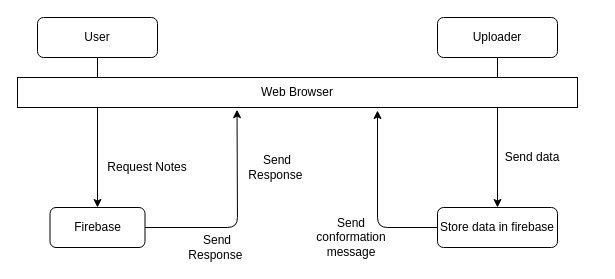
The draw.io diagram miniproject.drawio in shareef99/Draw, before the edit. Source tidied: cells renumbered, new cells numbered last; positions are measured from the earlier drawing's top-left corner, leaving out a move shared by most shapes. Both pictures are drawn from the tidied source at 100%, with x=0, y=0 at pixel (17, 17).
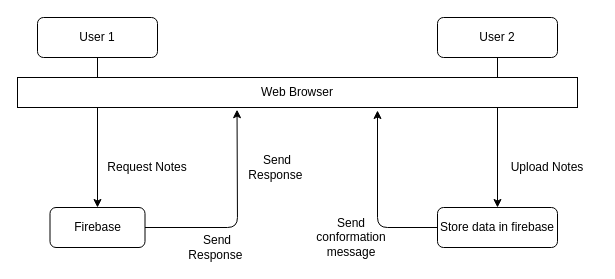
After the change.

What changed in the source:
```diff
@@
 <mxGraphModel>
   <root>
     <mxCell id="0" />
     <mxCell id="1" parent="0" />
-    <mxCell id="2" value="User" style="rounded=1;whiteSpace=wrap;html=1;" parent="1" vertex="1">
+    <mxCell id="2" value="User 1" style="rounded=1;whiteSpace=wrap;html=1;" parent="1" vertex="1">
       <mxGeometry x="20" width="120" height="40" as="geometry" />
     </mxCell>
-    <mxCell id="3" value="Uploader" style="rounded=1;whiteSpace=wrap;html=1;" parent="1" vertex="1">
+    <mxCell id="3" value="User 2" style="rounded=1;whiteSpace=wrap;html=1;" parent="1" vertex="1">
       <mxGeometry x="420" width="120" height="40" as="geometry" />
     </mxCell>
     <mxCell id="4" value="Request Notes" style="text;html=1;strokeColor=none;fillColor=none;align=center;verticalAlign=middle;whiteSpace=wrap;rounded=0;" parent="1" vertex="1">
       <mxGeometry x="80" y="140" width="100" height="20" as="geometry" />
     </mxCell>
     <mxCell id="5" value="Firebase" style="rounded=1;whiteSpace=wrap;html=1;" parent="1" vertex="1">
       <mxGeometry x="32.5" y="190" width="95" height="40" as="geometry" />
     </mxCell>
     <mxCell id="6" style="endArrow=classic;html=1;exitX=0.5;exitY=1;exitDx=0;exitDy=0;entryX=0.5;entryY=0;entryDx=0;entryDy=0;" parent="1" edge="1" source="2" target="5">
       <mxGeometry relative="1" as="geometry" />
     </mxCell>
     <mxCell id="7" style="endArrow=classic;html=1;exitX=0.5;exitY=1;exitDx=0;exitDy=0;" parent="1" edge="1" source="3" target="12">
       <mxGeometry relative="1" as="geometry" />
     </mxCell>
     <mxCell id="8" value="Web Browser" style="rounded=0;whiteSpace=wrap;html=1;" parent="1" vertex="1">
       <mxGeometry y="60" width="560" height="30" as="geometry" />
     </mxCell>
     <mxCell id="9" style="endArrow=classic;html=1;exitX=1;exitY=0.5;exitDx=0;exitDy=0;entryX=0.392;entryY=1.073;entryDx=0;entryDy=0;entryPerimeter=0;" parent="1" edge="1" source="5" target="8">
       <mxGeometry relative="1" as="geometry">
         <Array as="points">
           <mxPoint x="220" y="210" />
         </Array>
       </mxGeometry>
     </mxCell>
     <mxCell id="10" value="Send Response&amp;nbsp;" style="text;html=1;strokeColor=none;fillColor=none;align=center;verticalAlign=middle;whiteSpace=wrap;rounded=0;" parent="1" vertex="1">
       <mxGeometry x="180" y="220" width="40" height="20" as="geometry" />
     </mxCell>
     <mxCell id="11" value="Send Response&amp;nbsp;" style="text;html=1;strokeColor=none;fillColor=none;align=center;verticalAlign=middle;whiteSpace=wrap;rounded=0;" parent="1" vertex="1">
       <mxGeometry x="240" y="140" width="40" height="20" as="geometry" />
     </mxCell>
     <mxCell id="12" value="Store data in firebase" style="rounded=1;whiteSpace=wrap;html=1;" parent="1" vertex="1">
       <mxGeometry x="420" y="190" width="120" height="40" as="geometry" />
     </mxCell>
-    <mxCell id="13" value="Send data" style="text;html=1;strokeColor=none;fillColor=none;align=center;verticalAlign=middle;whiteSpace=wrap;rounded=0;" parent="1" vertex="1">
-      <mxGeometry x="480" y="130" width="70" height="20" as="geometry" />
-    </mxCell>
     <mxCell id="14" style="endArrow=classic;html=1;exitX=0;exitY=0.5;exitDx=0;exitDy=0;" parent="1" edge="1" source="12">
       <mxGeometry relative="1" as="geometry">
         <mxPoint x="360" y="93" as="targetPoint" />
         <Array as="points">
           <mxPoint x="360" y="210" />
         </Array>
       </mxGeometry>
     </mxCell>
     <mxCell id="15" value="Send conformation message" style="text;html=1;strokeColor=none;fillColor=none;align=center;verticalAlign=middle;whiteSpace=wrap;rounded=0;" parent="1" vertex="1">
       <mxGeometry x="314" y="210" width="40" height="20" as="geometry" />
     </mxCell>
+    <mxCell id="16" value="Upload Notes" style="text;html=1;strokeColor=none;fillColor=none;align=center;verticalAlign=middle;whiteSpace=wrap;rounded=0;" parent="1" vertex="1">
+      <mxGeometry x="480" y="140" width="100" height="20" as="geometry" />
+    </mxCell>
   </root>
 </mxGraphModel>
```
